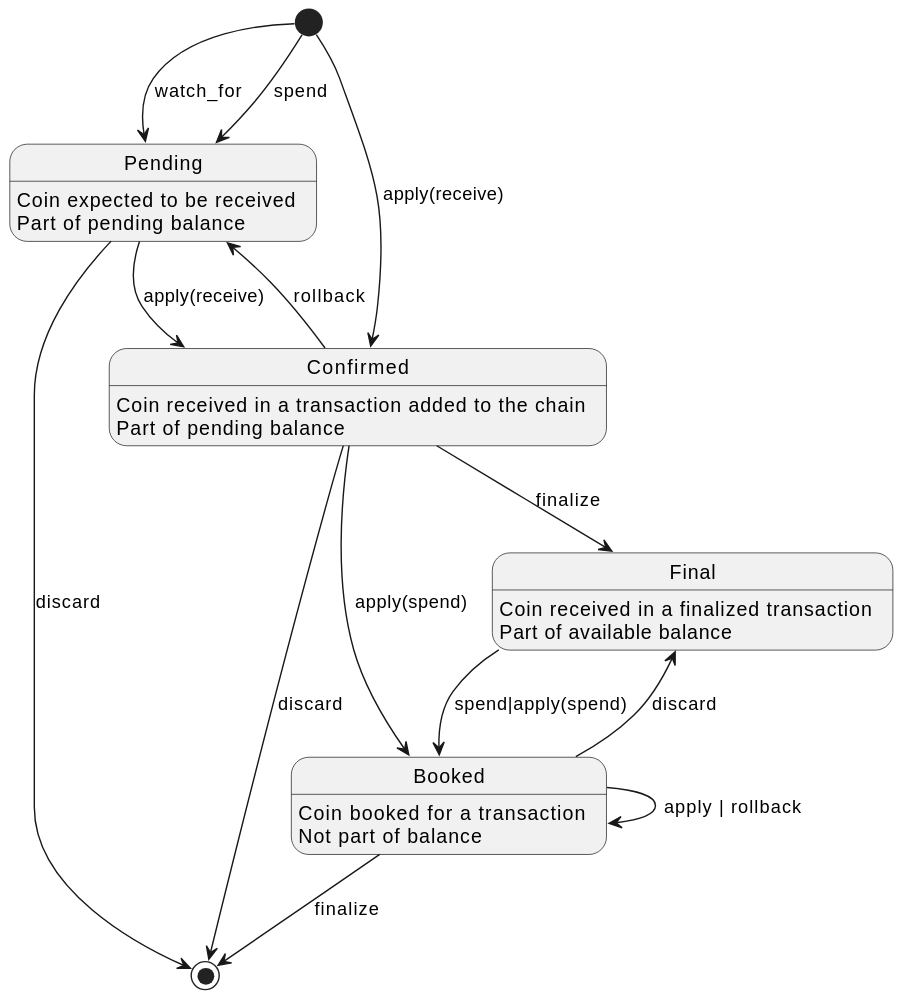
The PlantUML diagram components/WalletEngine/coin-lifecycle.svg in midnightntwrk/midnight-architecture, before a commit.
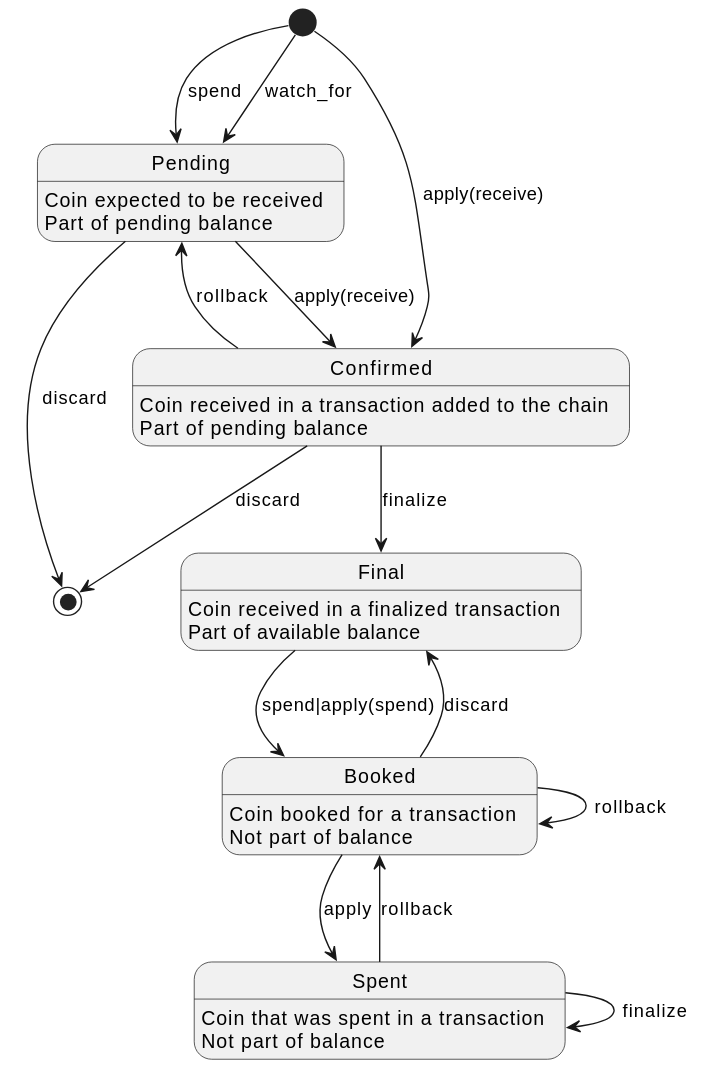
Above is the later version.

Commit message:
[PM-9203] Refine descriptions and tx and coin lifecycles, add practical considerations

Diff of the diagram source:
```diff
@@ -4,6 +4,7 @@
 state confirmed as "Confirmed": Coin received in a transaction added to the chain\nPart of pending balance
 state final as "Final": Coin received in a finalized transaction\nPart of available balance
 state booked as "Booked": Coin booked for a transaction\nNot part of balance
+state spent as "Spent" : Coin that was spent in a transaction\nNot part of balance
 
 [*] --> confirmed : apply(receive)
 [*] --> pending : spend
@@ -13,10 +14,12 @@
 confirmed --> pending : rollback
 confirmed --> [*] : discard
 final --> booked : spend|apply(spend)
-confirmed --> booked : apply(spend)
-booked --> booked : apply | rollback
-booked --> [*] : finalize
+
+booked --> spent : apply
+booked --> booked : rollback
 booked --> final : discard
 pending --> [*] : discard
+spent --> booked : rollback
+spent --> spent : finalize
 
 @enduml
```
